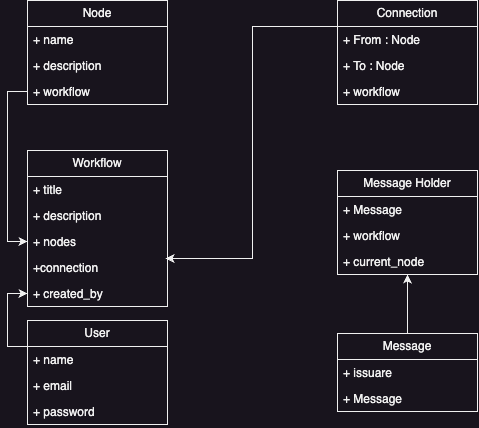
The draw.io diagram diagrams/Classes.drawio.png in hasanforaty/FlexFlowAPI, before a commit. Source tidied: cells renumbered, new cells last; positions are measured from the earlier drawing's top-left corner, leaving out a move shared by most shapes.
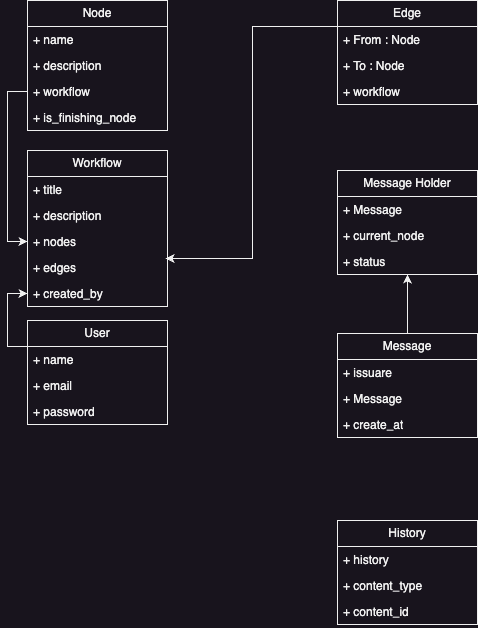
After the change.

What changed in the source:
```diff
@@ -3,7 +3,7 @@
     <mxCell id="0" />
     <mxCell id="1" parent="0" />
     <mxCell id="2" value="Node" style="swimlane;fontStyle=0;horizontal=1;startSize=26;fillColor=none;whiteSpace=wrap;html=1;" parent="1" vertex="1">
-      <mxGeometry width="140" height="104" as="geometry" />
+      <mxGeometry width="140" height="130" as="geometry" />
     </mxCell>
     <mxCell id="3" value="+ name" style="text;strokeColor=none;fillColor=none;align=left;verticalAlign=top;spacingLeft=4;spacingRight=4;overflow=hidden;whiteSpace=wrap;html=1;" parent="2" vertex="1">
       <mxGeometry y="26" width="140" height="26" as="geometry" />
@@ -14,7 +14,10 @@
     <mxCell id="5" value="+ workflow" style="text;strokeColor=none;fillColor=none;align=left;verticalAlign=top;spacingLeft=4;spacingRight=4;overflow=hidden;points=[[0,0.5],[1,0.5]];portConstraint=eastwest;whiteSpace=wrap;html=1;" parent="2" vertex="1">
       <mxGeometry y="78" width="140" height="26" as="geometry" />
     </mxCell>
+    <mxCell id="31" value="+ is_finishing_node" style="text;strokeColor=none;fillColor=none;align=left;verticalAlign=top;spacingLeft=4;spacingRight=4;overflow=hidden;whiteSpace=wrap;html=1;" parent="2" vertex="1">
+      <mxGeometry y="104" width="140" height="26" as="geometry" />
+    </mxCell>
-    <mxCell id="6" value="Connection" style="swimlane;fontStyle=0;horizontal=1;startSize=26;fillColor=none;whiteSpace=wrap;html=1;" parent="1" vertex="1">
+    <mxCell id="6" value="Edge" style="swimlane;fontStyle=0;horizontal=1;startSize=26;fillColor=none;whiteSpace=wrap;html=1;" parent="1" vertex="1">
       <mxGeometry x="310" width="140" height="104" as="geometry" />
     </mxCell>
     <mxCell id="7" value="+ From : Node" style="text;strokeColor=none;fillColor=none;align=left;verticalAlign=top;spacingLeft=4;spacingRight=4;overflow=hidden;whiteSpace=wrap;html=1;" parent="6" vertex="1">
@@ -38,7 +41,7 @@
     <mxCell id="13" value="+ nodes" style="text;strokeColor=none;fillColor=none;align=left;verticalAlign=top;spacingLeft=4;spacingRight=4;overflow=hidden;points=[[0,0.5],[1,0.5]];portConstraint=eastwest;whiteSpace=wrap;html=1;" parent="10" vertex="1">
       <mxGeometry y="78" width="140" height="26" as="geometry" />
     </mxCell>
-    <mxCell id="14" value="+connection" style="text;strokeColor=none;fillColor=none;align=left;verticalAlign=top;spacingLeft=4;spacingRight=4;overflow=hidden;points=[[0,0.5],[1,0.5]];portConstraint=eastwest;whiteSpace=wrap;html=1;" parent="10" vertex="1">
+    <mxCell id="14" value="+ edges" style="text;strokeColor=none;fillColor=none;align=left;verticalAlign=top;spacingLeft=4;spacingRight=4;overflow=hidden;points=[[0,0.5],[1,0.5]];portConstraint=eastwest;whiteSpace=wrap;html=1;" parent="10" vertex="1">
       <mxGeometry y="104" width="140" height="26" as="geometry" />
     </mxCell>
     <mxCell id="15" value="+ created_by" style="text;strokeColor=none;fillColor=none;align=left;verticalAlign=top;spacingLeft=4;spacingRight=4;overflow=hidden;points=[[0,0.5],[1,0.5]];portConstraint=eastwest;whiteSpace=wrap;html=1;" parent="10" vertex="1">
@@ -66,7 +69,7 @@
       <mxGeometry relative="1" as="geometry" />
     </mxCell>
     <mxCell id="23" value="Message" style="swimlane;fontStyle=0;horizontal=1;startSize=26;fillColor=none;whiteSpace=wrap;html=1;" parent="1" vertex="1">
-      <mxGeometry x="310" y="333" width="140" height="78" as="geometry" />
+      <mxGeometry x="310" y="333" width="140" height="104" as="geometry" />
     </mxCell>
     <mxCell id="24" value="+ issuare&amp;nbsp;" style="text;strokeColor=none;fillColor=none;align=left;verticalAlign=top;spacingLeft=4;spacingRight=4;overflow=hidden;whiteSpace=wrap;html=1;" parent="23" vertex="1">
       <mxGeometry y="26" width="140" height="26" as="geometry" />
@@ -74,20 +77,35 @@
     <mxCell id="25" value="+ Message" style="text;strokeColor=none;fillColor=none;align=left;verticalAlign=top;spacingLeft=4;spacingRight=4;overflow=hidden;whiteSpace=wrap;html=1;" parent="23" vertex="1">
       <mxGeometry y="52" width="140" height="26" as="geometry" />
     </mxCell>
+    <mxCell id="32" value="+ create_at" style="text;strokeColor=none;fillColor=none;align=left;verticalAlign=top;spacingLeft=4;spacingRight=4;overflow=hidden;whiteSpace=wrap;html=1;" parent="23" vertex="1">
+      <mxGeometry y="78" width="140" height="26" as="geometry" />
+    </mxCell>
     <mxCell id="26" value="Message Holder" style="swimlane;fontStyle=0;horizontal=1;startSize=26;fillColor=none;whiteSpace=wrap;html=1;" parent="1" vertex="1">
       <mxGeometry x="310" y="170" width="140" height="104" as="geometry" />
     </mxCell>
     <mxCell id="27" value="+ Message" style="text;strokeColor=none;fillColor=none;align=left;verticalAlign=top;spacingLeft=4;spacingRight=4;overflow=hidden;whiteSpace=wrap;html=1;" parent="26" vertex="1">
       <mxGeometry y="26" width="140" height="26" as="geometry" />
     </mxCell>
-    <mxCell id="28" value="+ workflow" style="text;strokeColor=none;fillColor=none;align=left;verticalAlign=top;spacingLeft=4;spacingRight=4;overflow=hidden;whiteSpace=wrap;html=1;" parent="26" vertex="1">
-      <mxGeometry y="52" width="140" height="26" as="geometry" />
-    </mxCell>
     <mxCell id="29" value="+ current_node" style="text;strokeColor=none;fillColor=none;align=left;verticalAlign=top;spacingLeft=4;spacingRight=4;overflow=hidden;whiteSpace=wrap;html=1;" parent="26" vertex="1">
-      <mxGeometry y="78" width="140" height="26" as="geometry" />
+      <mxGeometry y="52" width="140" height="26" as="geometry" />
     </mxCell>
+    <mxCell id="33" value="+ status" style="text;strokeColor=none;fillColor=none;align=left;verticalAlign=top;spacingLeft=4;spacingRight=4;overflow=hidden;whiteSpace=wrap;html=1;" parent="26" vertex="1">
+      <mxGeometry y="78" width="140" height="26" as="geometry" />
+    </mxCell>
     <mxCell id="30" style="edgeStyle=orthogonalEdgeStyle;rounded=0;jettySize=auto;html=1;exitX=0;exitY=0.25;exitDx=0;exitDy=0;entryX=0.986;entryY=0.154;entryDx=0;entryDy=0;entryPerimeter=0;" parent="1" edge="1" source="6" target="14">
       <mxGeometry relative="1" as="geometry" />
     </mxCell>
+    <mxCell id="34" value="History" style="swimlane;fontStyle=0;horizontal=1;startSize=26;fillColor=none;whiteSpace=wrap;html=1;" parent="1" vertex="1">
+      <mxGeometry x="310" y="520" width="140" height="104" as="geometry" />
+    </mxCell>
+    <mxCell id="35" value="+ history" style="text;strokeColor=none;fillColor=none;align=left;verticalAlign=top;spacingLeft=4;spacingRight=4;overflow=hidden;whiteSpace=wrap;html=1;" parent="34" vertex="1">
+      <mxGeometry y="26" width="140" height="26" as="geometry" />
+    </mxCell>
+    <mxCell id="36" value="+ content_type" style="text;strokeColor=none;fillColor=none;align=left;verticalAlign=top;spacingLeft=4;spacingRight=4;overflow=hidden;whiteSpace=wrap;html=1;" parent="34" vertex="1">
+      <mxGeometry y="52" width="140" height="26" as="geometry" />
+    </mxCell>
+    <mxCell id="37" value="+ content_id" style="text;strokeColor=none;fillColor=none;align=left;verticalAlign=top;spacingLeft=4;spacingRight=4;overflow=hidden;whiteSpace=wrap;html=1;" parent="34" vertex="1">
+      <mxGeometry y="78" width="140" height="26" as="geometry" />
+    </mxCell>
   </root>
 </mxGraphModel>
```
